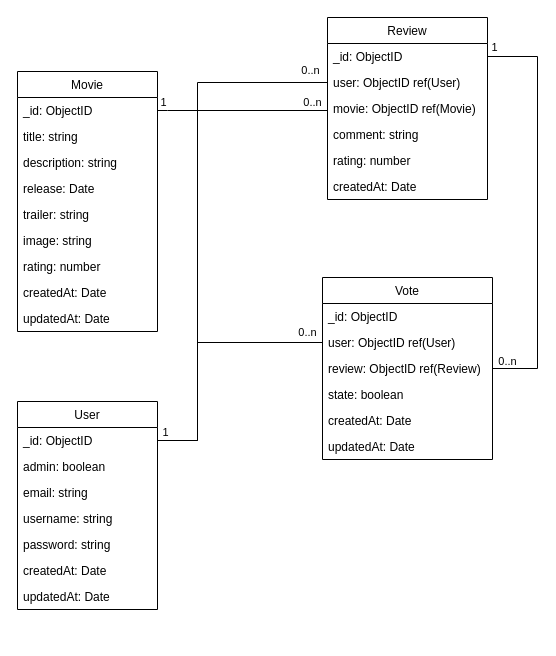
Earlier version of the draw.io diagram sys-doc/db.drawio (cyberlytics/Filmilox). Source tidied: cells renumbered, new cells numbered last; positions are measured from the earlier drawing's top-left corner, leaving out a move shared by most shapes. Both pictures are drawn from the tidied source at 100%, with x=0, y=0 at pixel (17, 17).
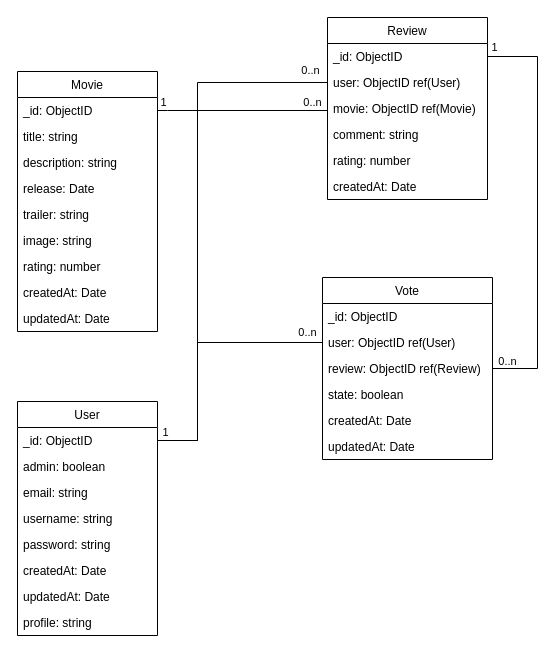
After the change.

Change to the diagram source:
```diff
@@
     <mxCell id="19" value="User" style="swimlane;fontStyle=0;horizontal=1;startSize=26;fillColor=none;" parent="1" vertex="1">
-      <mxGeometry y="384" width="140" height="208" as="geometry" />
+      <mxGeometry y="384" width="140" height="234" as="geometry" />
     </mxCell>
@@
+    <mxCell id="45" value="updatedAt: Date" style="text;strokeColor=none;fillColor=none;align=left;verticalAlign=top;spacingLeft=4;spacingRight=4;overflow=hidden;" parent="19" vertex="1">
+      <mxGeometry y="182" width="140" height="26" as="geometry" />
+    </mxCell>
-    <mxCell id="26" value="updatedAt: Date" style="text;strokeColor=none;fillColor=none;align=left;verticalAlign=top;spacingLeft=4;spacingRight=4;overflow=hidden;" parent="19" vertex="1">
-      <mxGeometry y="182" width="140" height="26" as="geometry" />
+    <mxCell id="26" value="profile: string" style="text;strokeColor=none;fillColor=none;align=left;verticalAlign=top;spacingLeft=4;spacingRight=4;overflow=hidden;" parent="19" vertex="1">
+      <mxGeometry y="208" width="140" height="26" as="geometry" />
     </mxCell>
```
